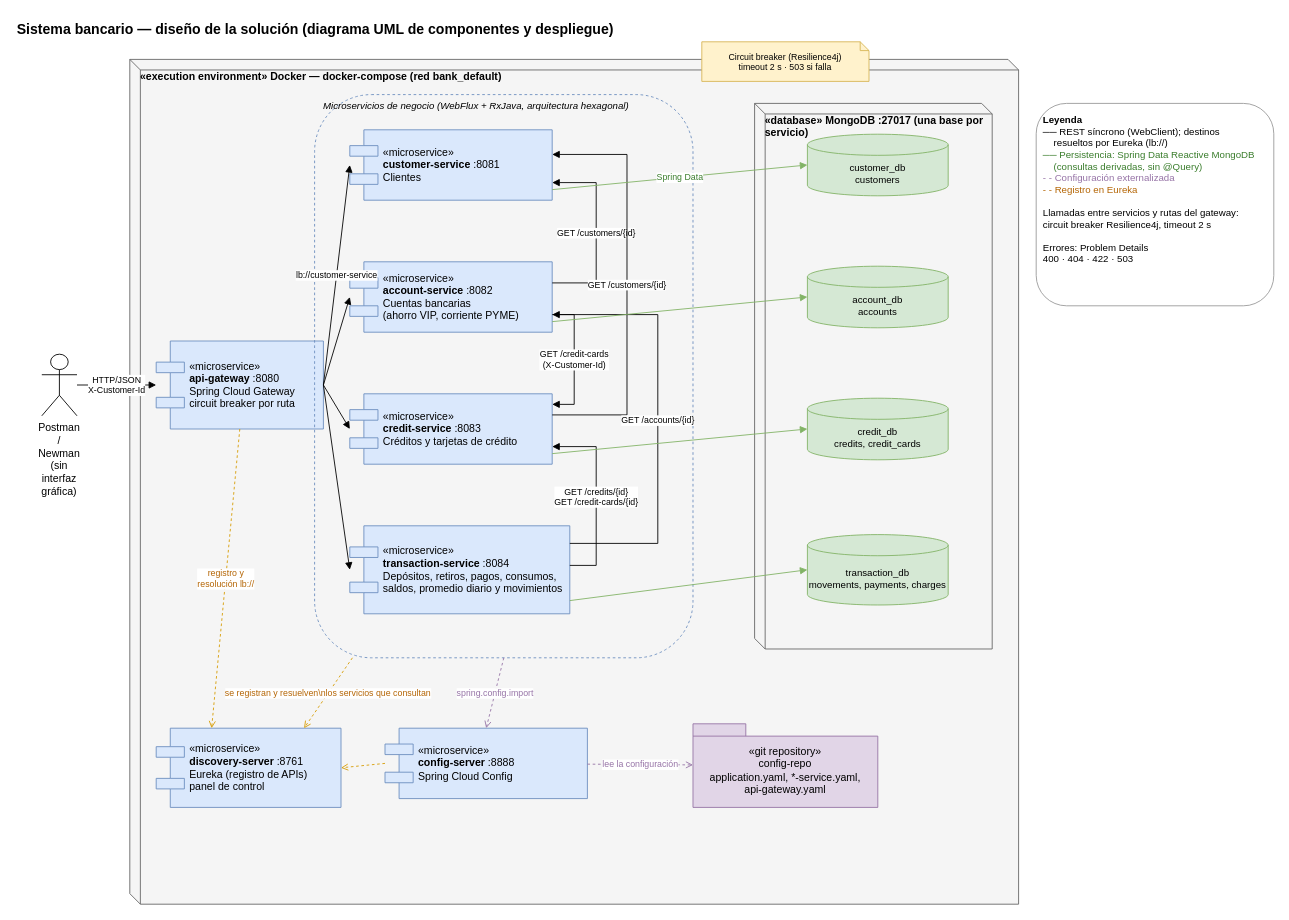
The draw.io diagram docs/diagrams/solution-design.drawio in kuroxbyte/bootcamp-bank-project-docs, before the edit. Source tidied: cells renumbered, new cells numbered last; positions are measured from the earlier drawing's top-left corner, leaving out a move shared by most shapes. Both pictures are drawn from the tidied source at 88%, with x=0, y=0 at pixel (15, 15).
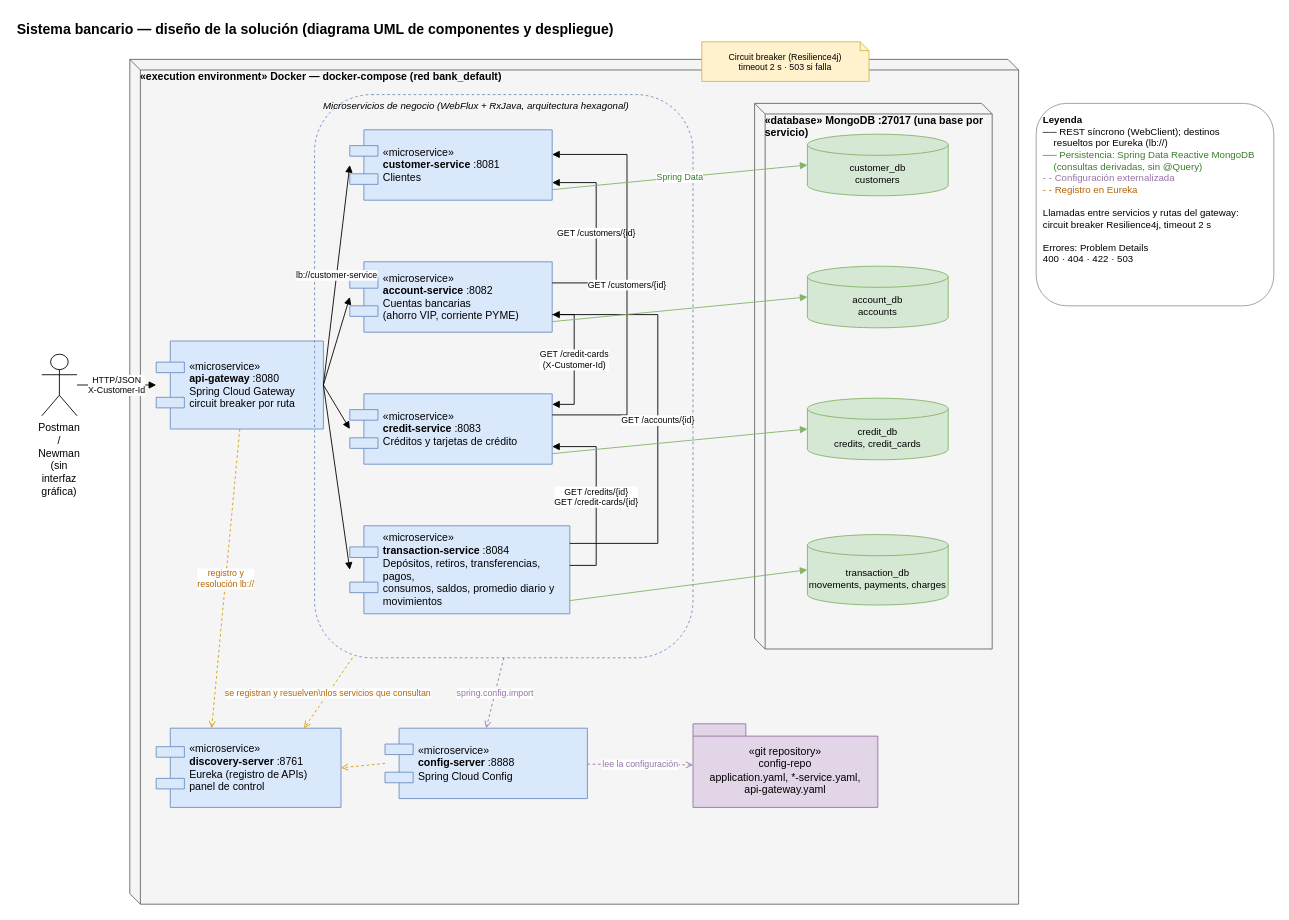
After the change.

Commit message (it also covers changes not shown here):
docs: documentar y probar las transferencias

What changed in the source:
```diff
@@
-    <mxCell id="9" value="«microservice»&lt;br&gt;&lt;b&gt;transaction-service&lt;/b&gt; :8084&lt;br&gt;Depósitos, retiros, pagos, consumos,&lt;br&gt;saldos, promedio diario y movimientos" style="shape=component;align=left;spacingLeft=36;html=1;whiteSpace=wrap;fillColor=#dae8fc;strokeColor=#6c8ebf;fontSize=12;" parent="1" vertex="1">
+    <mxCell id="9" value="«microservice»&lt;br&gt;&lt;b&gt;transaction-service&lt;/b&gt; :8084&lt;br&gt;Depósitos, retiros, transferencias, pagos,&lt;br&gt;consumos, saldos, promedio diario y movimientos" style="shape=component;align=left;spacingLeft=36;html=1;whiteSpace=wrap;fillColor=#dae8fc;strokeColor=#6c8ebf;fontSize=12;" parent="1" vertex="1">
       <mxGeometry x="380" y="580" width="250" height="100" as="geometry" />
     </mxCell>
```
